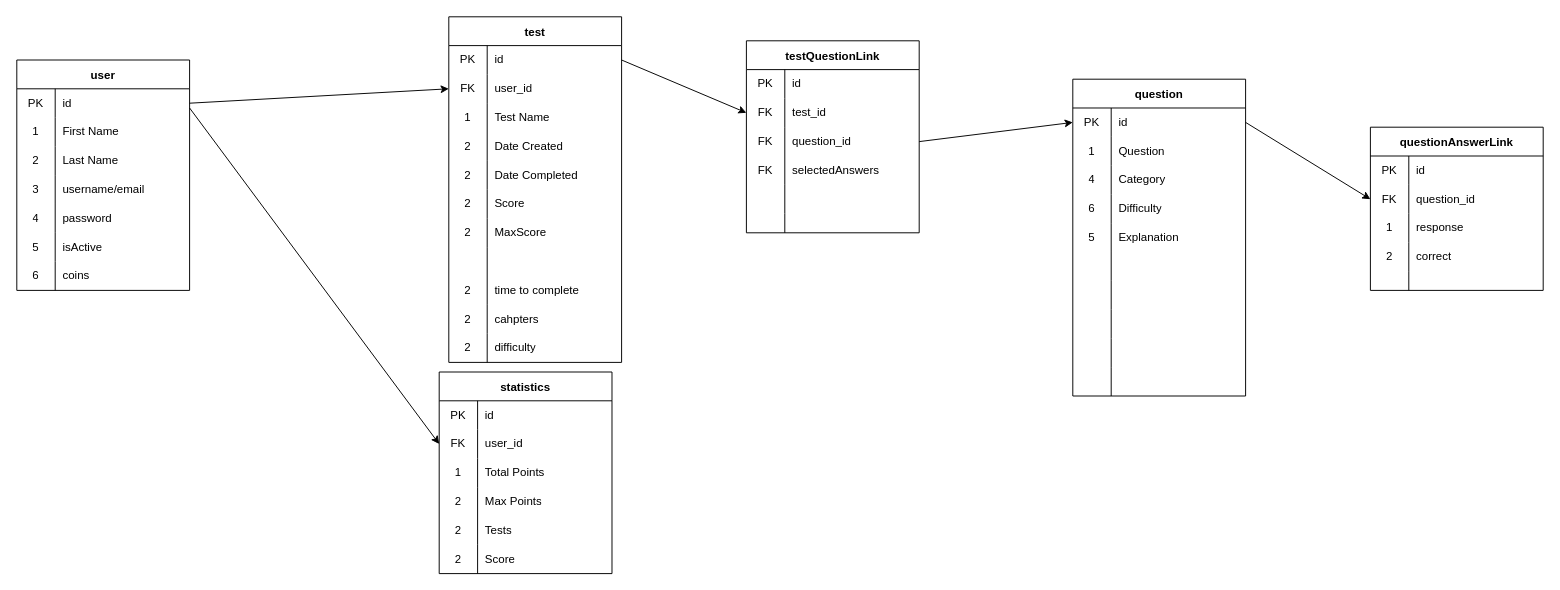
adrianorban/quizAppServer keeps this draw.io diagram as server/dump/db.drawio. Above is the earlier version. Source tidied: cells renumbered, new cells numbered last; positions are measured from the earlier drawing's top-left corner, leaving out a move shared by most shapes. Both pictures are drawn from the tidied source at 96%, with x=0, y=0 at pixel (16, 16).
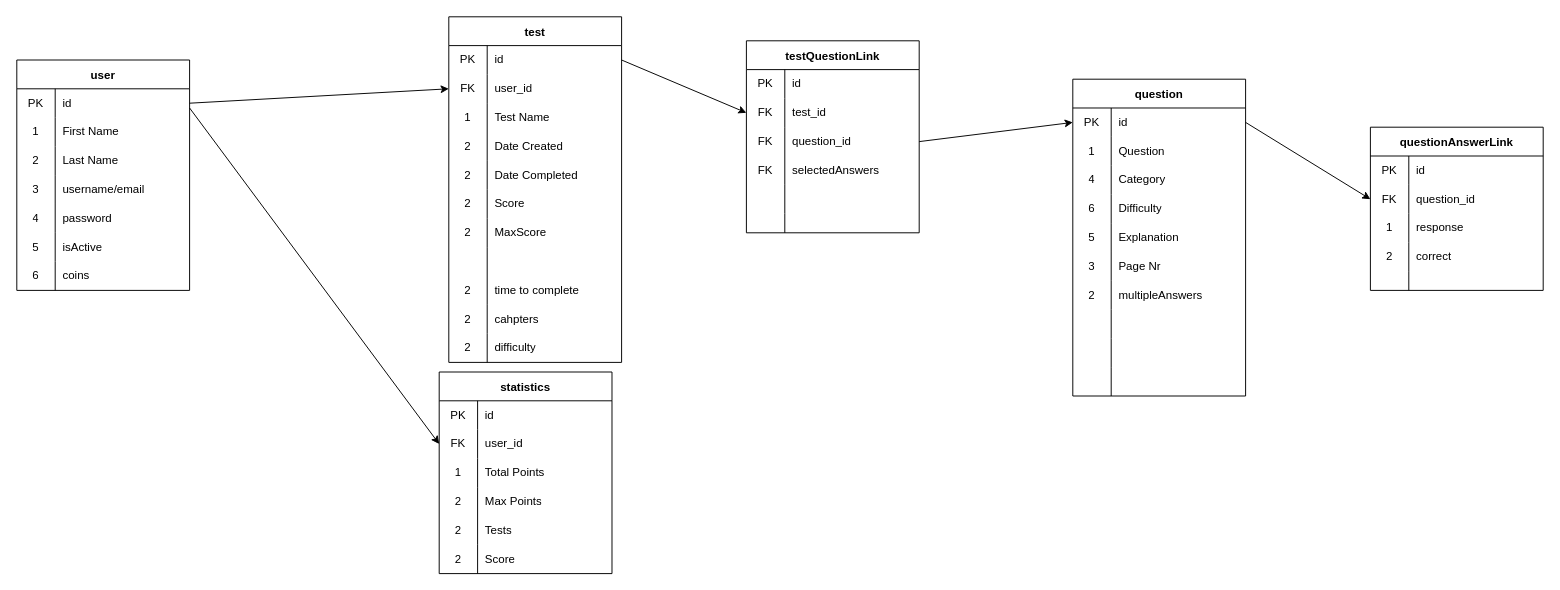
The same page after the edit.

Unchanged cells that the change refers to:
```xml
<mxCell id="74" style="shape=tableRow;horizontal=0;startSize=0;swimlaneHead=0;swimlaneBody=0;top=0;left=0;bottom=0;right=0;fillColor=none;" parent="58" vertex="1">
  <mxGeometry y="180" width="180" height="30" as="geometry" />
</mxCell>
<mxCell id="77" style="shape=tableRow;horizontal=0;startSize=0;swimlaneHead=0;swimlaneBody=0;top=0;left=0;bottom=0;right=0;fillColor=none;" parent="58" vertex="1">
  <mxGeometry y="210" width="180" height="30" as="geometry" />
</mxCell>
```

Diff of the diagram source:
```diff
@@
-    <mxCell id="75" style="shape=partialRectangle;html=1;whiteSpace=wrap;fillColor=none;top=0;left=0;bottom=0;right=0;overflow=hidden;" parent="74" vertex="1">
+    <mxCell id="75" value="3" style="shape=partialRectangle;html=1;whiteSpace=wrap;fillColor=none;top=0;left=0;bottom=0;right=0;overflow=hidden;" parent="74" vertex="1">
       <mxGeometry width="40" height="30" as="geometry" />
     </mxCell>
-    <mxCell id="76" style="shape=partialRectangle;html=1;whiteSpace=wrap;fillColor=none;top=0;left=0;bottom=0;right=0;align=left;spacingLeft=6;overflow=hidden;" parent="74" vertex="1">
+    <mxCell id="76" value="Page Nr" style="shape=partialRectangle;html=1;whiteSpace=wrap;fillColor=none;top=0;left=0;bottom=0;right=0;align=left;spacingLeft=6;overflow=hidden;" parent="74" vertex="1">
       <mxGeometry x="40" width="140" height="30" as="geometry" />
     </mxCell>
@@
-    <mxCell id="78" style="shape=partialRectangle;html=1;whiteSpace=wrap;fillColor=none;top=0;left=0;bottom=0;right=0;overflow=hidden;" parent="77" vertex="1">
+    <mxCell id="78" value="2" style="shape=partialRectangle;html=1;whiteSpace=wrap;fillColor=none;top=0;left=0;bottom=0;right=0;overflow=hidden;" parent="77" vertex="1">
       <mxGeometry width="40" height="30" as="geometry" />
     </mxCell>
-    <mxCell id="79" style="shape=partialRectangle;html=1;whiteSpace=wrap;fillColor=none;top=0;left=0;bottom=0;right=0;align=left;spacingLeft=6;overflow=hidden;" parent="77" vertex="1">
+    <mxCell id="79" value="multipleAnswers" style="shape=partialRectangle;html=1;whiteSpace=wrap;fillColor=none;top=0;left=0;bottom=0;right=0;align=left;spacingLeft=6;overflow=hidden;" parent="77" vertex="1">
       <mxGeometry x="40" width="140" height="30" as="geometry" />
     </mxCell>
```
